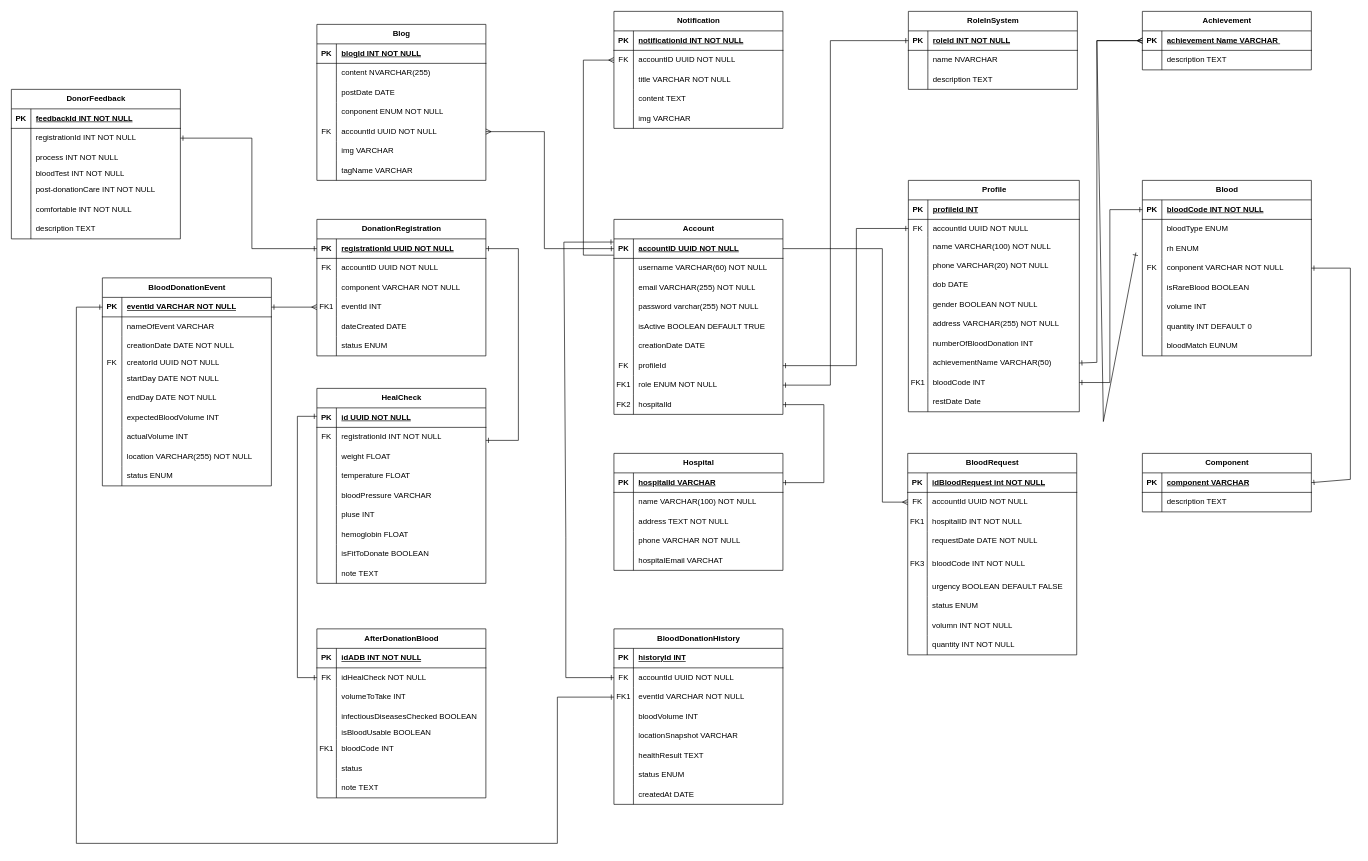
This is ERD-BloodDonationSystem.drawio from ShiroSs00/SWP391_SU25, a draw.io file, before an edit. Source tidied: cells renumbered, new cells numbered last; positions are measured from the earlier drawing's top-left corner, leaving out a move shared by most shapes. Both pictures are drawn from the tidied source at 65%, with x=0, y=0 at pixel (11, 11).
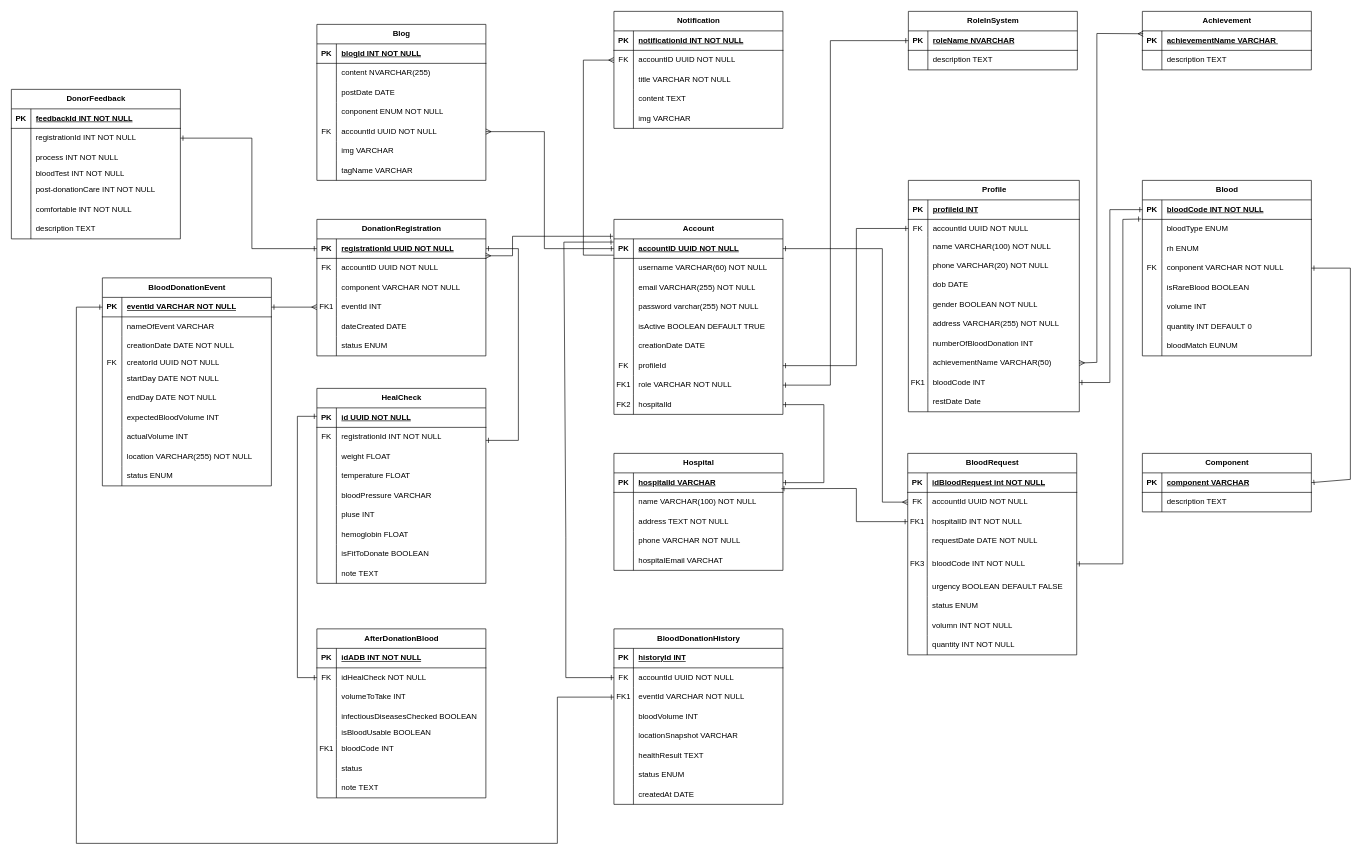
The same diagram, later.

Unchanged cells that the change refers to:
```xml
<mxCell id="27" style="shape=tableRow;horizontal=0;startSize=0;swimlaneHead=0;swimlaneBody=0;fillColor=none;points=[[0,0.5],[1,0.5]];portConstraint=eastwest;top=0;left=0;right=0;bottom=0;" parent="2" vertex="1">
  <mxGeometry y="266" width="263" height="30" as="geometry" />
</mxCell>
<mxCell id="40" style="shape=tableRow;horizontal=0;startSize=0;swimlaneHead=0;swimlaneBody=0;fillColor=none;points=[[0,0.5],[1,0.5]];portConstraint=eastwest;top=0;left=0;right=0;bottom=0;" parent="36" vertex="1">
  <mxGeometry y="60" width="260" height="30" as="geometry" />
</mxCell>
<mxCell id="43" style="shape=tableRow;horizontal=0;startSize=0;swimlaneHead=0;swimlaneBody=0;fillColor=none;points=[[0,0.5],[1,0.5]];portConstraint=eastwest;top=0;left=0;right=0;bottom=0;" parent="36" vertex="1">
  <mxGeometry y="90" width="260" height="30" as="geometry" />
</mxCell>
<mxCell id="49" style="shape=tableRow;horizontal=0;startSize=0;swimlaneHead=0;swimlaneBody=0;fillColor=none;points=[[0,0.5],[1,0.5]];portConstraint=eastwest;top=0;left=0;right=0;bottom=0;" parent="36" vertex="1">
  <mxGeometry y="150" width="260" height="40" as="geometry" />
</mxCell>
<mxCell id="65" style="shape=tableRow;horizontal=0;startSize=0;swimlaneHead=0;swimlaneBody=0;fillColor=none;points=[[0,0.5],[1,0.5]];portConstraint=eastwest;top=0;left=0;right=0;bottom=1;" parent="64" vertex="1">
  <mxGeometry y="30" width="260" height="30" as="geometry" />
</mxCell>
<mxCell id="84" style="shape=tableRow;horizontal=0;startSize=0;swimlaneHead=0;swimlaneBody=0;fillColor=none;points=[[0,0.5],[1,0.5]];portConstraint=eastwest;top=0;left=0;right=0;bottom=1;" parent="83" vertex="1">
  <mxGeometry y="30" width="260" height="30" as="geometry" />
</mxCell>
<mxCell id="140" style="shape=tableRow;horizontal=0;startSize=0;swimlaneHead=0;swimlaneBody=0;fillColor=none;points=[[0,0.5],[1,0.5]];portConstraint=eastwest;top=0;left=0;right=0;bottom=1;" parent="139" vertex="1">
  <mxGeometry y="30" width="260" height="30" as="geometry" />
</mxCell>
<mxCell id="161" style="shape=tableRow;horizontal=0;startSize=0;swimlaneHead=0;swimlaneBody=0;fillColor=none;points=[[0,0.5],[1,0.5]];portConstraint=eastwest;top=0;left=0;right=0;bottom=0;" parent="139" vertex="1">
  <mxGeometry y="240" width="260" height="30" as="geometry" />
</mxCell>
<mxCell id="190" style="shape=tableRow;horizontal=0;startSize=0;swimlaneHead=0;swimlaneBody=0;fillColor=none;points=[[0,0.5],[1,0.5]];portConstraint=eastwest;top=0;left=0;right=0;bottom=1;" parent="189" vertex="1">
  <mxGeometry y="30" width="260" height="30" as="geometry" />
</mxCell>
<mxCell id="285" style="shape=tableRow;horizontal=0;startSize=0;swimlaneHead=0;swimlaneBody=0;fillColor=none;points=[[0,0.5],[1,0.5]];portConstraint=eastwest;top=0;left=0;right=0;bottom=1;" parent="284" vertex="1">
  <mxGeometry y="30" width="260" height="30" as="geometry" />
</mxCell>
<mxCell id="295" style="shape=tableRow;horizontal=0;startSize=0;swimlaneHead=0;swimlaneBody=0;fillColor=none;points=[[0,0.5],[1,0.5]];portConstraint=eastwest;top=0;left=0;right=0;bottom=1;" parent="294" vertex="1">
  <mxGeometry y="30" width="260" height="30" as="geometry" />
</mxCell>
```

Diff of the diagram source:
```diff
@@
-    <mxCell id="163" value="&lt;span style=&quot;font-family: Helvetica; font-size: 12px; font-style: normal; font-variant-ligatures: normal; font-variant-caps: normal; font-weight: 400; letter-spacing: normal; orphans: 2; text-align: left; text-indent: 0px; text-transform: none; widows: 2; word-spacing: 0px; -webkit-text-stroke-width: 0px; white-space: normal; text-decoration-thickness: initial; text-decoration-style: initial; text-decoration-color: initial; float: none; background-color: light-dark(rgb(255, 255, 255), transparent); display: inline !important;&quot;&gt;&lt;font style=&quot;&quot;&gt;role ENUM NOT NULL&lt;/font&gt;&lt;/span&gt;" style="shape=partialRectangle;fillColor=none;top=0;left=0;bottom=0;right=0;align=left;spacingLeft=6;overflow=hidden;whiteSpace=wrap;html=1;shadow=0;" parent="161" vertex="1">
+    <mxCell id="163" value="&lt;span style=&quot;font-family: Helvetica; font-size: 12px; font-style: normal; font-variant-ligatures: normal; font-variant-caps: normal; font-weight: 400; letter-spacing: normal; orphans: 2; text-align: left; text-indent: 0px; text-transform: none; widows: 2; word-spacing: 0px; -webkit-text-stroke-width: 0px; white-space: normal; text-decoration-thickness: initial; text-decoration-style: initial; text-decoration-color: initial; float: none; background-color: light-dark(rgb(255, 255, 255), transparent); display: inline !important;&quot;&gt;&lt;font style=&quot;&quot;&gt;role VARCHAR NOT NULL&lt;/font&gt;&lt;/span&gt;" style="shape=partialRectangle;fillColor=none;top=0;left=0;bottom=0;right=0;align=left;spacingLeft=6;overflow=hidden;whiteSpace=wrap;html=1;shadow=0;" parent="161" vertex="1">
       <mxGeometry x="30" width="230" height="30" as="geometry" />
     </mxCell>
@@
     <mxCell id="284" value="RoleInSystem" style="shape=table;startSize=30;childLayout=tableLayout;rowLines=0;fontStyle=1;align=center;html=1;" parent="1" vertex="1">
-      <mxGeometry x="1380" width="260" height="120" as="geometry" />
+      <mxGeometry x="1380" width="260" height="90" as="geometry" />
     </mxCell>
@@
-    <mxCell id="287" value="roleId INT NOT NULL" style="shape=partialRectangle;fillColor=none;top=0;left=0;bottom=0;right=0;align=left;spacingLeft=6;fontStyle=5;overflow=hidden;whiteSpace=wrap;html=1;" parent="285" vertex="1">
+    <mxCell id="287" value="roleName NVARCHAR" style="shape=partialRectangle;fillColor=none;top=0;left=0;bottom=0;right=0;align=left;spacingLeft=6;fontStyle=5;overflow=hidden;whiteSpace=wrap;html=1;" parent="285" vertex="1">
       <mxGeometry x="30" width="230" height="30" as="geometry" />
     </mxCell>
-    <mxCell id="288" style="shape=tableRow;horizontal=0;startSize=0;swimlaneHead=0;swimlaneBody=0;fillColor=none;top=0;left=0;right=0;bottom=0;" parent="284" vertex="1">
-      <mxGeometry y="60" width="260" height="30" as="geometry" />
-    </mxCell>
-    <mxCell id="289" style="shape=partialRectangle;fillColor=none;top=0;left=0;bottom=0;right=0;overflow=hidden;whiteSpace=wrap;html=1;" parent="288" vertex="1">
-      <mxGeometry width="30" height="30" as="geometry" />
-    </mxCell>
-    <mxCell id="290" value="name NVARCHAR&amp;nbsp;" style="shape=partialRectangle;fillColor=none;top=0;left=0;bottom=0;right=0;align=left;spacingLeft=6;overflow=hidden;whiteSpace=wrap;html=1;" parent="288" vertex="1">
-      <mxGeometry x="30" width="230" height="30" as="geometry" />
-    </mxCell>
     <mxCell id="291" style="shape=tableRow;horizontal=0;startSize=0;swimlaneHead=0;swimlaneBody=0;fillColor=none;top=0;left=0;right=0;bottom=0;" parent="284" vertex="1">
-      <mxGeometry y="90" width="260" height="30" as="geometry" />
+      <mxGeometry y="60" width="260" height="30" as="geometry" />
     </mxCell>
@@
-    <mxCell id="297" value="achievement Name VARCHAR&amp;nbsp;" style="shape=partialRectangle;fillColor=none;top=0;left=0;bottom=0;right=0;align=left;spacingLeft=6;fontStyle=5;overflow=hidden;whiteSpace=wrap;html=1;" parent="295" vertex="1">
+    <mxCell id="297" value="achievementName VARCHAR&amp;nbsp;" style="shape=partialRectangle;fillColor=none;top=0;left=0;bottom=0;right=0;align=left;spacingLeft=6;fontStyle=5;overflow=hidden;whiteSpace=wrap;html=1;" parent="295" vertex="1">
       <mxGeometry x="30" width="230" height="30" as="geometry" />
     </mxCell>
@@
-    <mxCell id="356" style="endArrow=none;html=1;rounded=0;startArrow=ERmany;startFill=0;entryX=1;entryY=0.5;entryDx=0;entryDy=0;exitX=0;exitY=0.5;exitDx=0;exitDy=0;endFill=0;" parent="1" edge="1" source="40" target="140">
+    <mxCell id="356" style="endArrow=ERone;html=1;rounded=0;startArrow=ERmany;startFill=0;entryX=1;entryY=0.5;entryDx=0;entryDy=0;exitX=0;exitY=0.5;exitDx=0;exitDy=0;endFill=0;" parent="1" edge="1" source="40" target="140">
       <mxGeometry relative="1" as="geometry">
         <Array as="points">
           <mxPoint x="1340" y="755" />
           <mxPoint x="1340" y="365" />
         </Array>
       </mxGeometry>
     </mxCell>
@@
-    <mxCell id="359" style="endArrow=ERone;html=1;rounded=0;startArrow=ERmany;startFill=0;entryX=1;entryY=0.5;entryDx=0;entryDy=0;exitX=0;exitY=0.5;exitDx=0;exitDy=0;endFill=0;" parent="1" edge="1" source="295">
-      <mxGeometry relative="1" as="geometry">
-        <mxPoint x="1730" y="371" as="targetPoint" />
-        <Array as="points">
-          <mxPoint x="1670" y="45" />
-          <mxPoint x="1680" y="631" />
-        </Array>
-      </mxGeometry>
-    </mxCell>
-    <mxCell id="360" style="endArrow=ERone;html=1;rounded=0;startArrow=ERmany;startFill=0;entryX=1;entryY=0.5;entryDx=0;entryDy=0;exitX=0;exitY=0.5;exitDx=0;exitDy=0;endFill=0;" parent="1" edge="1" source="295" target="27">
+    <mxCell id="360" style="endArrow=ERmany;html=1;rounded=0;startArrow=ERmany;startFill=0;entryX=1;entryY=0.5;entryDx=0;entryDy=0;exitX=0.005;exitY=0.148;exitDx=0;exitDy=0;endFill=0;exitPerimeter=0;" parent="1" edge="1" source="295" target="27">
       <mxGeometry relative="1" as="geometry">
         <Array as="points">
-          <mxPoint x="1670" y="45" />
+          <mxPoint x="1670" y="34" />
           <mxPoint x="1670" y="540" />
         </Array>
       </mxGeometry>
     </mxCell>
+    <mxCell id="361" style="endArrow=ERone;html=1;rounded=0;startArrow=ERone;startFill=0;entryX=1;entryY=0.5;entryDx=0;entryDy=0;exitX=-0.007;exitY=0.982;exitDx=0;exitDy=0;endFill=0;exitPerimeter=0;" parent="1" edge="1" source="84" target="49">
+      <mxGeometry relative="1" as="geometry">
+        <Array as="points">
+          <mxPoint x="1710" y="320" />
+          <mxPoint x="1710" y="850" />
+        </Array>
+      </mxGeometry>
+    </mxCell>
+    <mxCell id="362" style="endArrow=ERone;html=1;rounded=0;startArrow=ERone;startFill=0;entryX=0;entryY=0.5;entryDx=0;entryDy=0;exitX=0.991;exitY=0.81;exitDx=0;exitDy=0;endFill=0;exitPerimeter=0;" parent="1" edge="1" source="190" target="43">
+      <mxGeometry relative="1" as="geometry">
+        <Array as="points">
+          <mxPoint x="1300" y="734" />
+          <mxPoint x="1300" y="785" />
+        </Array>
+      </mxGeometry>
+    </mxCell>
+    <mxCell id="363" style="endArrow=ERone;html=1;rounded=0;startArrow=ERmany;startFill=0;entryX=-0.005;entryY=-0.133;entryDx=0;entryDy=0;endFill=0;entryPerimeter=0;exitX=0.998;exitY=0.867;exitDx=0;exitDy=0;exitPerimeter=0;" parent="1" edge="1" source="65" target="140">
+      <mxGeometry relative="1" as="geometry">
+        <Array as="points">
+          <mxPoint x="771" y="376" />
+          <mxPoint x="771" y="346" />
+        </Array>
+      </mxGeometry>
+    </mxCell>
```
